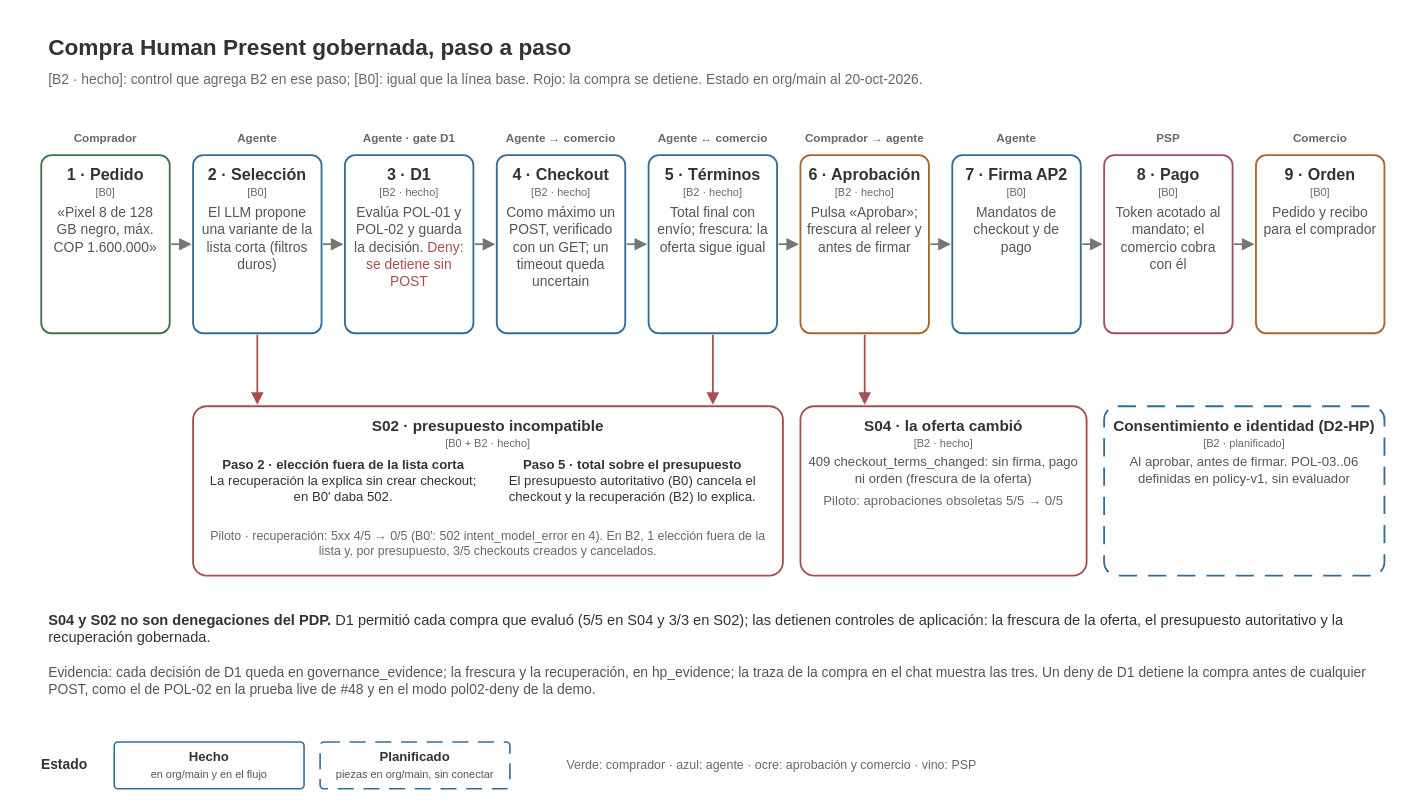
This is docs/diagrams/purchase-sequence-slide.drawio from Tesis-Agentes-Comerciales/tesis-commerce-agent, a draw.io file, before an edit. Source tidied: cells renumbered, new cells numbered last; positions are measured from the earlier drawing's top-left corner, leaving out a move shared by most shapes. Both pictures are drawn from the tidied source at 73%, with x=0, y=0 at pixel (12, 12).
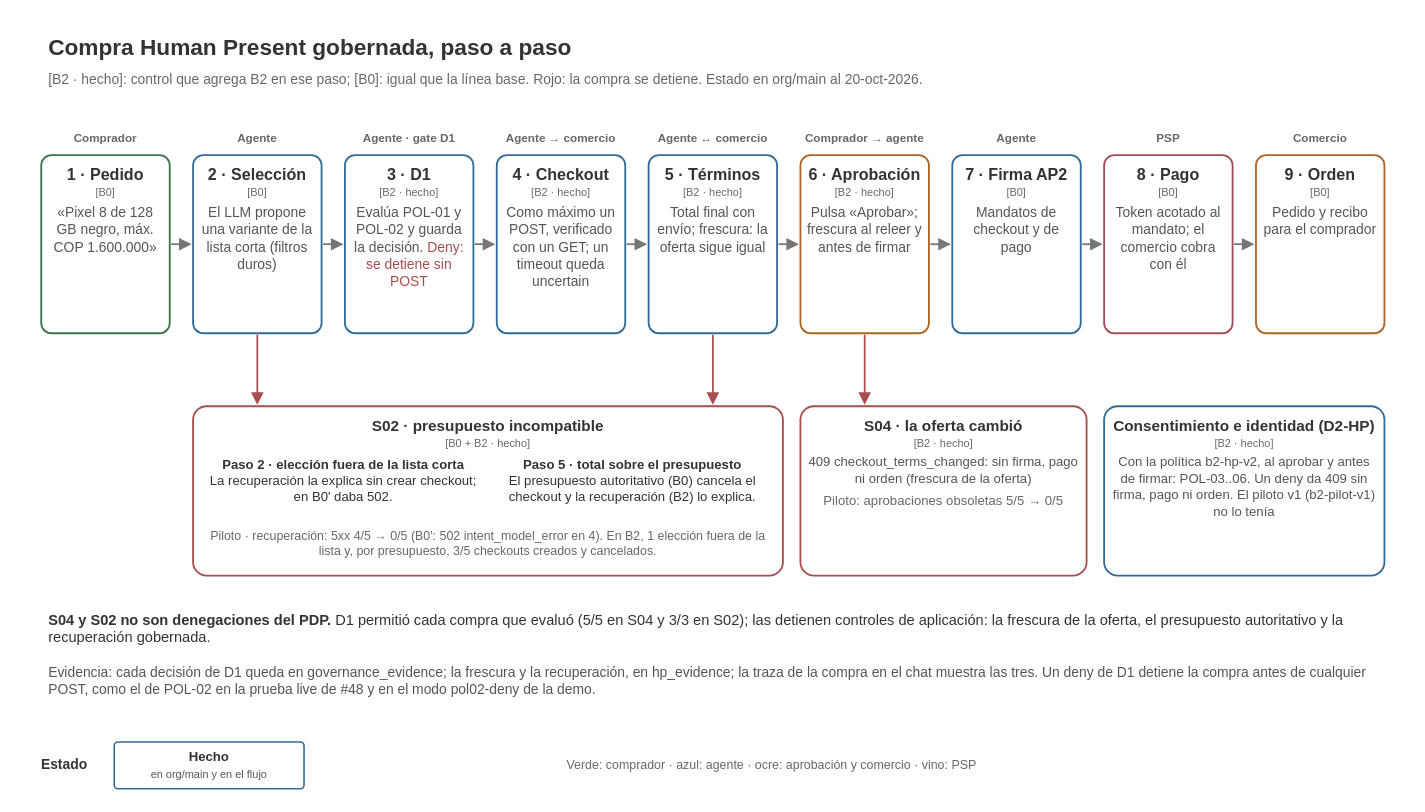
The same diagram, later.

Diff of the diagram source:
```diff
@@
-    <mxCell id="2" style="rounded=0;fillColor=#FFFFFF;strokeColor=none;" parent="1" vertex="1">
-      <mxGeometry width="1918" height="1078" as="geometry" />
-    </mxCell>
+    <mxCell id="45" style="rounded=0;fillColor=#FFFFFF;strokeColor=none;" parent="1" vertex="1">
+      <mxGeometry width="1918" height="1078" as="geometry" />
+    </mxCell>
@@
-    <mxCell id="39" value="&lt;div style=&quot;font-family:Arial&quot;&gt;&lt;div style=&quot;font-size:21px;color:#333333;line-height:1.15&quot;&gt;&lt;b&gt;Consentimiento e identidad (D2-HP)&lt;/b&gt;&lt;/div&gt;&lt;div style=&quot;font-size:15px;color:#686868;margin-top:3px&quot;&gt;[B2 · planificado]&lt;/div&gt;&lt;div style=&quot;font-size:18px;color:#555555;margin-top:6px;line-height:1.25&quot;&gt;Al aprobar, antes de firmar. &lt;span style=&quot;white-space:nowrap&quot;&gt;POL-03..06&lt;/span&gt; definidas en policy-v1, sin evaluador&lt;/div&gt;&lt;/div&gt;" style="rounded=1;arcSize=8;whiteSpace=wrap;html=1;fillColor=#FFFFFF;strokeColor=#336C96;strokeWidth=2.5;dashed=1;dashPattern=10 6;fontFamily=Arial;fontColor=#333333;align=center;verticalAlign=top;spacing=10;" parent="1" vertex="1">
+    <mxCell id="39" value="&lt;div style=&quot;font-family:Arial&quot;&gt;&lt;div style=&quot;font-size:21px;color:#333333;line-height:1.15&quot;&gt;&lt;b&gt;Consentimiento e identidad (D2-HP)&lt;/b&gt;&lt;/div&gt;&lt;div style=&quot;font-size:15px;color:#686868;margin-top:3px&quot;&gt;[B2 · hecho]&lt;/div&gt;&lt;div style=&quot;font-size:18px;color:#555555;margin-top:6px;line-height:1.25&quot;&gt;Con la política b2-hp-v2, al aprobar y antes de firmar: &lt;span style=&quot;white-space:nowrap&quot;&gt;POL-03..06&lt;/span&gt;. Un deny da 409 sin firma, pago ni orden. El piloto v1 (b2-pilot-v1) no lo tenía&lt;/div&gt;&lt;/div&gt;" style="rounded=1;arcSize=8;whiteSpace=wrap;html=1;fillColor=#FFFFFF;strokeColor=#336C96;strokeWidth=2.5;dashed=0;fontFamily=Arial;fontColor=#333333;align=center;verticalAlign=top;spacing=10;" parent="1" vertex="1">
       <mxGeometry x="1495" y="539" width="384" height="232" as="geometry" />
     </mxCell>
@@
-    <mxCell id="44" value="&lt;div style=&quot;font-family:Arial&quot;&gt;&lt;div style=&quot;font-size:18px;color:#333333;line-height:1.15&quot;&gt;&lt;b&gt;Planificado&lt;/b&gt;&lt;/div&gt;&lt;div style=&quot;font-size:15px;color:#555555;margin-top:6px;line-height:1.25&quot;&gt;piezas en org/main, sin conectar&lt;/div&gt;&lt;/div&gt;" style="rounded=1;arcSize=8;whiteSpace=wrap;html=1;fillColor=#FFFFFF;strokeColor=#336C96;strokeWidth=2.2;dashed=1;dashPattern=10 6;fontFamily=Arial;fontColor=#333333;align=center;verticalAlign=middle;spacing=10;" parent="1" vertex="1">
-      <mxGeometry x="421" y="999" width="260" height="64" as="geometry" />
+    <mxCell id="44" value="Verde: comprador · azul: agente · ocre: aprobación y comercio · vino: PSP" style="text;html=1;whiteSpace=wrap;fillColor=none;strokeColor=none;fontFamily=Arial;fontSize=17;fontStyle=0;fontColor=#686868;align=left;verticalAlign=middle;spacing=0;" parent="1" vertex="1">
+      <mxGeometry x="759" y="1014" width="1120" height="34" as="geometry" />
     </mxCell>
-    <mxCell id="45" value="Verde: comprador · azul: agente · ocre: aprobación y comercio · vino: PSP" style="text;html=1;whiteSpace=wrap;fillColor=none;strokeColor=none;fontFamily=Arial;fontSize=17;fontStyle=0;fontColor=#686868;align=left;verticalAlign=middle;spacing=0;" parent="1" vertex="1">
-      <mxGeometry x="759" y="1014" width="1120" height="34" as="geometry" />
-    </mxCell>
```
